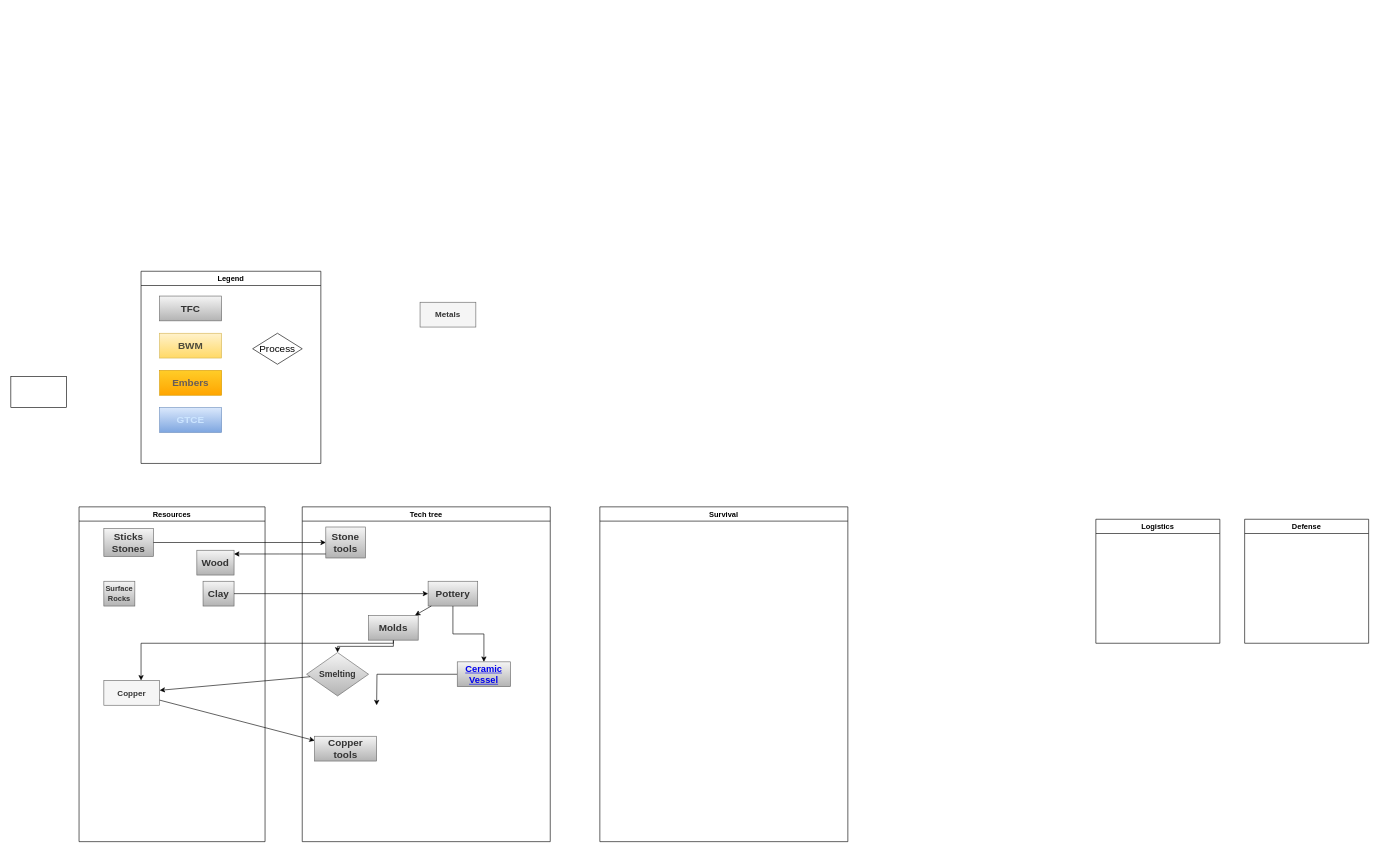
Above: page "Pack Progression Detailed" (2 of 10) of pack_progression.drawio in Lgmrszd/TFC-TNG_BWM_GT-CE (draw.io), before the change. Source tidied: cells renumbered, new cells numbered last; positions are measured from the earlier drawing's top-left corner, leaving out a move shared by most shapes. Both pictures are drawn from the tidied source at 62%, with x=0, y=0 at pixel (11, 271).
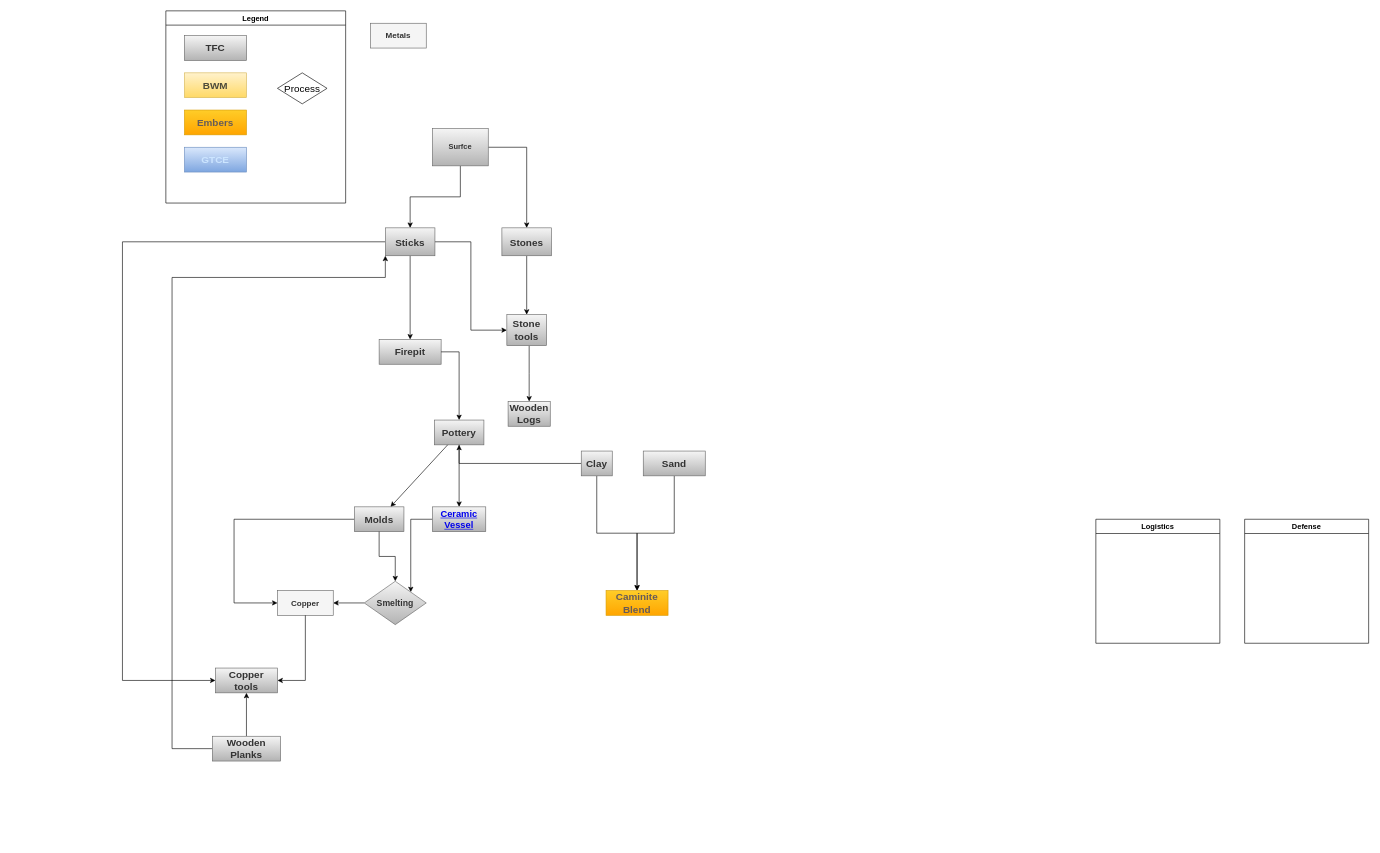
The same page after the edit.

Change to the diagram source:
```diff
@@
-    <mxCell id="4" value="Resources" style="swimlane;rounded=0;sketch=0;" parent="1" vertex="1">
-      <mxGeometry x="110" y="380" width="300" height="540" as="geometry" />
-    </mxCell>
-    <mxCell id="5" value="&lt;span style=&quot;font-size: 16px&quot;&gt;Sticks&lt;br&gt;Stones&lt;br&gt;&lt;/span&gt;" style="rounded=0;whiteSpace=wrap;html=1;fillColor=#f5f5f5;gradientColor=#b3b3b3;strokeColor=#666666;fontStyle=1;fontColor=#333333;" parent="4" vertex="1">
-      <mxGeometry x="40" y="35" width="80" height="45" as="geometry" />
-    </mxCell>
-    <mxCell id="6" value="&lt;font style=&quot;font-size: 16px&quot;&gt;Clay&lt;/font&gt;" style="rounded=0;whiteSpace=wrap;html=1;fillColor=#f5f5f5;gradientColor=#b3b3b3;strokeColor=#666666;fontStyle=1;fontColor=#333333;" parent="4" vertex="1">
-      <mxGeometry x="200" y="120" width="50" height="40" as="geometry" />
-    </mxCell>
-    <mxCell id="7" value="Copper" style="rounded=0;whiteSpace=wrap;html=1;fontSize=13;fontStyle=1;fillColor=#f5f5f5;strokeColor=#666666;fontColor=#333333;" parent="4" vertex="1">
-      <mxGeometry x="40" y="280" width="90" height="40" as="geometry" />
-    </mxCell>
-    <mxCell id="8" value="&lt;font style=&quot;font-size: 16px&quot;&gt;Wood&lt;/font&gt;" style="rounded=0;whiteSpace=wrap;html=1;fillColor=#f5f5f5;gradientColor=#b3b3b3;strokeColor=#666666;fontStyle=1;fontColor=#333333;fontSize=16;" parent="4" vertex="1">
-      <mxGeometry x="190" y="70" width="60" height="40" as="geometry" />
-    </mxCell>
-    <mxCell id="9" value="&lt;font style=&quot;font-size: 12px&quot;&gt;Surface&lt;br&gt;Rocks&lt;br&gt;&lt;/font&gt;" style="rounded=0;whiteSpace=wrap;html=1;fillColor=#f5f5f5;gradientColor=#b3b3b3;strokeColor=#666666;fontStyle=1;fontColor=#333333;" parent="4" vertex="1">
-      <mxGeometry x="40" y="120" width="50" height="40" as="geometry" />
-    </mxCell>
-    <mxCell id="10" value="Survival" style="swimlane;rounded=0;sketch=0;" parent="1" vertex="1">
-      <mxGeometry x="950" y="380" width="400" height="540" as="geometry" />
-    </mxCell>
-    <mxCell id="11" value="Tech tree" style="swimlane;rounded=0;sketch=0;" parent="1" vertex="1">
-      <mxGeometry x="470" y="380" width="400" height="540" as="geometry" />
-    </mxCell>
-    <mxCell id="12" style="edgeStyle=orthogonalEdgeStyle;rounded=0;jettySize=auto;html=1;fontSize=16;" parent="11" edge="1" source="13">
-      <mxGeometry relative="1" as="geometry">
-        <mxPoint x="120" y="320" as="targetPoint" />
-      </mxGeometry>
-    </mxCell>
-    <mxCell id="13" value="&lt;a href=&quot;https://tng.terrafirmacraft.com/Pottery#Ceramic_Vessel&quot; title=&quot;Pottery&quot; style=&quot;font-size: 15px;&quot;&gt;Ceramic Vessel&lt;/a&gt;" style="rounded=0;whiteSpace=wrap;html=1;fillColor=#f5f5f5;gradientColor=#b3b3b3;strokeColor=#666666;fontStyle=1;fontColor=#333333;fontSize=15;" parent="11" vertex="1">
-      <mxGeometry x="250" y="250" width="86" height="40" as="geometry" />
-    </mxCell>
-    <mxCell id="14" value="&lt;span style=&quot;font-size: 14px&quot;&gt;Smelting&lt;/span&gt;" style="rhombus;whiteSpace=wrap;html=1;fontSize=12;rounded=0;fontColor=#333333;fontStyle=1;strokeColor=#666666;fillColor=#f5f5f5;gradientColor=#b3b3b3;" parent="11" vertex="1">
-      <mxGeometry x="7" y="235" width="100" height="70" as="geometry" />
-    </mxCell>
-    <mxCell id="15" value="Copper tools" style="rounded=0;whiteSpace=wrap;html=1;fillColor=#f5f5f5;gradientColor=#b3b3b3;strokeColor=#666666;fontStyle=1;fontColor=#333333;fontSize=16;" parent="11" vertex="1">
-      <mxGeometry x="20" y="370" width="100" height="40" as="geometry" />
-    </mxCell>
-    <mxCell id="16" value="&lt;font style=&quot;font-size: 16px&quot;&gt;Stone tools&lt;/font&gt;" style="rounded=0;whiteSpace=wrap;html=1;fillColor=#f5f5f5;gradientColor=#b3b3b3;strokeColor=#666666;fontStyle=1;fontColor=#333333;" parent="11" vertex="1">
-      <mxGeometry x="38" y="32.5" width="64" height="50" as="geometry" />
-    </mxCell>
-    <mxCell id="17" value="&lt;font style=&quot;font-size: 16px&quot;&gt;Pottery&lt;/font&gt;" style="rounded=0;whiteSpace=wrap;html=1;fillColor=#f5f5f5;gradientColor=#b3b3b3;strokeColor=#666666;fontStyle=1;fontColor=#333333;" parent="11" vertex="1">
-      <mxGeometry x="203" y="120" width="80" height="40" as="geometry" />
-    </mxCell>
-    <mxCell id="18" style="edgeStyle=orthogonalEdgeStyle;rounded=0;jettySize=auto;html=1;fontSize=16;" parent="11" edge="1" source="17" target="13">
-      <mxGeometry relative="1" as="geometry" />
-    </mxCell>
-    <mxCell id="19" style="edgeStyle=elbowEdgeStyle;rounded=0;jettySize=auto;elbow=vertical;html=1;fontSize=16;" parent="11" edge="1" source="20" target="14">
-      <mxGeometry relative="1" as="geometry" />
-    </mxCell>
-    <mxCell id="20" value="&lt;font style=&quot;font-size: 16px&quot;&gt;Molds&lt;/font&gt;" style="rounded=0;whiteSpace=wrap;html=1;fillColor=#f5f5f5;gradientColor=#b3b3b3;strokeColor=#666666;fontStyle=1;fontColor=#333333;" parent="11" vertex="1">
-      <mxGeometry x="107" y="175" width="80" height="40" as="geometry" />
-    </mxCell>
-    <mxCell id="21" style="edgeStyle=none;rounded=0;jettySize=auto;html=1;fontSize=16;" parent="11" edge="1" source="17" target="20">
-      <mxGeometry relative="1" as="geometry" />
-    </mxCell>
     <mxCell id="22" value="Legend" style="swimlane;rounded=0;sketch=0;" parent="1" vertex="1">
-      <mxGeometry x="210" width="290" height="310" as="geometry" />
+      <mxGeometry x="250" y="-420" width="290" height="310" as="geometry" />
     </mxCell>
@@
     <mxCell id="31" value="Metals" style="rounded=0;whiteSpace=wrap;html=1;fontSize=13;fontStyle=1;fillColor=#f5f5f5;strokeColor=#666666;fontColor=#333333;" parent="1" vertex="1">
-      <mxGeometry x="660" y="50" width="90" height="40" as="geometry" />
+      <mxGeometry x="580" y="-400" width="90" height="40" as="geometry" />
     </mxCell>
-    <mxCell id="32" style="rounded=0;jettySize=auto;html=1;fontSize=16;" parent="1" edge="1" source="7" target="15">
-      <mxGeometry relative="1" as="geometry" />
-    </mxCell>
     <mxCell id="33" style="edgeStyle=elbowEdgeStyle;rounded=0;jettySize=auto;html=1;fontSize=16;elbow=vertical;" parent="1" edge="1" source="20" target="7">
       <mxGeometry relative="1" as="geometry">
         <Array as="points">
-          <mxPoint x="210" y="600" />
+          <mxPoint x="360" y="470" />
           <mxPoint x="190" y="575" />
           <mxPoint x="390" y="600" />
         </Array>
       </mxGeometry>
     </mxCell>
     <mxCell id="34" style="edgeStyle=elbowEdgeStyle;rounded=0;jettySize=auto;elbow=vertical;html=1;fontSize=16;" parent="1" edge="1" source="16" target="8">
-      <mxGeometry relative="1" as="geometry" />
+      <mxGeometry relative="1" as="geometry">
+        <Array as="points">
+          <mxPoint x="836" y="165" />
+        </Array>
+      </mxGeometry>
     </mxCell>
-    <mxCell id="35" style="rounded=0;whiteSpace=wrap;html=1;" parent="1" vertex="1">
-      <mxGeometry y="170" width="90" height="50" as="geometry" />
-    </mxCell>
+    <mxCell id="5" value="&lt;span style=&quot;font-size: 16px&quot;&gt;Stones&lt;br&gt;&lt;/span&gt;" style="rounded=0;whiteSpace=wrap;html=1;fillColor=#f5f5f5;gradientColor=#b3b3b3;strokeColor=#666666;fontStyle=1;fontColor=#333333;" parent="1" vertex="1">
+      <mxGeometry x="792" y="-70" width="80" height="45" as="geometry" />
+    </mxCell>
+    <mxCell id="16" value="&lt;font style=&quot;font-size: 16px&quot;&gt;Stone tools&lt;/font&gt;" style="rounded=0;whiteSpace=wrap;html=1;fillColor=#f5f5f5;gradientColor=#b3b3b3;strokeColor=#666666;fontStyle=1;fontColor=#333333;" parent="1" vertex="1">
+      <mxGeometry x="800" y="70" width="64" height="50" as="geometry" />
+    </mxCell>
+    <mxCell id="36" style="edgeStyle=orthogonalEdgeStyle;rounded=0;jettySize=auto;html=1;exitX=0.5;exitY=1;exitDx=0;exitDy=0;entryX=0.5;entryY=0;entryDx=0;entryDy=0;" parent="1" edge="1" source="39" target="42">
+      <mxGeometry relative="1" as="geometry" />
+    </mxCell>
+    <mxCell id="37" style="edgeStyle=orthogonalEdgeStyle;rounded=0;jettySize=auto;html=1;entryX=0;entryY=0.5;entryDx=0;entryDy=0;" parent="1" edge="1" source="39" target="16">
+      <mxGeometry relative="1" as="geometry" />
+    </mxCell>
+    <mxCell id="38" style="edgeStyle=orthogonalEdgeStyle;rounded=0;jettySize=auto;html=1;entryX=0;entryY=0.5;entryDx=0;entryDy=0;" parent="1" edge="1" source="39" target="15">
+      <mxGeometry relative="1" as="geometry">
+        <Array as="points">
+          <mxPoint x="180" y="-47" />
+          <mxPoint x="180" y="660" />
+        </Array>
+      </mxGeometry>
+    </mxCell>
+    <mxCell id="39" value="&lt;span style=&quot;font-size: 16px&quot;&gt;Sticks&lt;br&gt;&lt;/span&gt;" style="rounded=0;whiteSpace=wrap;html=1;fillColor=#f5f5f5;gradientColor=#b3b3b3;strokeColor=#666666;fontStyle=1;fontColor=#333333;" parent="1" vertex="1">
+      <mxGeometry x="604" y="-70" width="80" height="45" as="geometry" />
+    </mxCell>
+    <mxCell id="40" style="edgeStyle=orthogonalEdgeStyle;rounded=0;jettySize=auto;html=1;" parent="1" edge="1" source="9" target="5">
+      <mxGeometry relative="1" as="geometry" />
+    </mxCell>
+    <mxCell id="41" style="edgeStyle=orthogonalEdgeStyle;rounded=0;jettySize=auto;html=1;entryX=0.5;entryY=0;entryDx=0;entryDy=0;" parent="1" edge="1" source="9" target="39">
+      <mxGeometry relative="1" as="geometry" />
+    </mxCell>
+    <mxCell id="9" value="&lt;font style=&quot;font-size: 12px&quot;&gt;Surfce&lt;br&gt;&lt;/font&gt;" style="rounded=0;whiteSpace=wrap;html=1;fillColor=#f5f5f5;gradientColor=#b3b3b3;strokeColor=#666666;fontStyle=1;fontColor=#333333;" parent="1" vertex="1">
+      <mxGeometry x="680" y="-230" width="90" height="60" as="geometry" />
+    </mxCell>
+    <mxCell id="8" value="&lt;font style=&quot;font-size: 16px&quot;&gt;Wooden Logs&lt;/font&gt;" style="rounded=0;whiteSpace=wrap;html=1;fillColor=#f5f5f5;gradientColor=#b3b3b3;strokeColor=#666666;fontStyle=1;fontColor=#333333;fontSize=16;" parent="1" vertex="1">
+      <mxGeometry x="802" y="210" width="68" height="40" as="geometry" />
+    </mxCell>
+    <mxCell id="42" value="&lt;font style=&quot;font-size: 16px&quot;&gt;Firepit&lt;/font&gt;" style="rounded=0;whiteSpace=wrap;html=1;fillColor=#f5f5f5;gradientColor=#b3b3b3;strokeColor=#666666;fontStyle=1;fontColor=#333333;fontSize=16;" parent="1" vertex="1">
+      <mxGeometry x="594" y="110" width="100" height="40" as="geometry" />
+    </mxCell>
+    <mxCell id="43" style="edgeStyle=orthogonalEdgeStyle;rounded=0;jettySize=auto;html=1;exitX=1;exitY=0.5;exitDx=0;exitDy=0;" parent="1" edge="1" source="42" target="17">
+      <mxGeometry relative="1" as="geometry" />
+    </mxCell>
+    <mxCell id="17" value="&lt;font style=&quot;font-size: 16px&quot;&gt;Pottery&lt;/font&gt;" style="rounded=0;whiteSpace=wrap;html=1;fillColor=#f5f5f5;gradientColor=#b3b3b3;strokeColor=#666666;fontStyle=1;fontColor=#333333;" parent="1" vertex="1">
+      <mxGeometry x="683" y="240" width="80" height="40" as="geometry" />
+    </mxCell>
+    <mxCell id="18" style="edgeStyle=orthogonalEdgeStyle;rounded=0;jettySize=auto;html=1;fontSize=16;" parent="1" edge="1" source="17" target="13">
+      <mxGeometry relative="1" as="geometry" />
+    </mxCell>
+    <mxCell id="21" style="edgeStyle=none;rounded=0;jettySize=auto;html=1;fontSize=16;" parent="1" edge="1" source="17" target="20">
+      <mxGeometry relative="1" as="geometry" />
+    </mxCell>
+    <mxCell id="20" value="&lt;font style=&quot;font-size: 16px&quot;&gt;Molds&lt;/font&gt;" style="rounded=0;whiteSpace=wrap;html=1;fillColor=#f5f5f5;gradientColor=#b3b3b3;strokeColor=#666666;fontStyle=1;fontColor=#333333;" parent="1" vertex="1">
+      <mxGeometry x="554" y="380" width="80" height="40" as="geometry" />
+    </mxCell>
+    <mxCell id="19" style="edgeStyle=elbowEdgeStyle;rounded=0;jettySize=auto;elbow=vertical;html=1;fontSize=16;" parent="1" edge="1" source="20" target="14">
+      <mxGeometry relative="1" as="geometry" />
+    </mxCell>
+    <mxCell id="44" style="edgeStyle=orthogonalEdgeStyle;rounded=0;jettySize=auto;html=1;entryX=0.5;entryY=0;entryDx=0;entryDy=0;" parent="1" edge="1" source="6" target="51">
+      <mxGeometry relative="1" as="geometry" />
+    </mxCell>
+    <mxCell id="6" value="&lt;font style=&quot;font-size: 16px&quot;&gt;Clay&lt;/font&gt;" style="rounded=0;whiteSpace=wrap;html=1;fillColor=#f5f5f5;gradientColor=#b3b3b3;strokeColor=#666666;fontStyle=1;fontColor=#333333;" parent="1" vertex="1">
+      <mxGeometry x="920" y="290" width="50" height="40" as="geometry" />
+    </mxCell>
+    <mxCell id="45" style="edgeStyle=orthogonalEdgeStyle;rounded=0;jettySize=auto;html=1;entryX=1;entryY=0;entryDx=0;entryDy=0;" parent="1" edge="1" source="13" target="14">
+      <mxGeometry relative="1" as="geometry" />
+    </mxCell>
+    <mxCell id="13" value="&lt;a href=&quot;https://tng.terrafirmacraft.com/Pottery#Ceramic_Vessel&quot; title=&quot;Pottery&quot; style=&quot;font-size: 15px;&quot;&gt;Ceramic Vessel&lt;/a&gt;" style="rounded=0;whiteSpace=wrap;html=1;fillColor=#f5f5f5;gradientColor=#b3b3b3;strokeColor=#666666;fontStyle=1;fontColor=#333333;fontSize=15;" parent="1" vertex="1">
+      <mxGeometry x="680" y="380" width="86" height="40" as="geometry" />
+    </mxCell>
+    <mxCell id="14" value="&lt;span style=&quot;font-size: 14px&quot;&gt;Smelting&lt;/span&gt;" style="rhombus;whiteSpace=wrap;html=1;fontSize=12;rounded=0;fontColor=#333333;fontStyle=1;strokeColor=#666666;fillColor=#f5f5f5;gradientColor=#b3b3b3;" parent="1" vertex="1">
+      <mxGeometry x="570" y="500" width="100" height="70" as="geometry" />
+    </mxCell>
+    <mxCell id="7" value="Copper" style="rounded=0;whiteSpace=wrap;html=1;fontSize=13;fontStyle=1;fillColor=#f5f5f5;strokeColor=#666666;fontColor=#333333;" parent="1" vertex="1">
+      <mxGeometry x="430" y="515" width="90" height="40" as="geometry" />
+    </mxCell>
+    <mxCell id="32" style="rounded=0;jettySize=auto;html=1;fontSize=16;" parent="1" edge="1" source="7" target="15">
+      <mxGeometry relative="1" as="geometry">
+        <Array as="points">
+          <mxPoint x="475" y="660" />
+        </Array>
+      </mxGeometry>
+    </mxCell>
+    <mxCell id="15" value="Copper tools" style="rounded=0;whiteSpace=wrap;html=1;fillColor=#f5f5f5;gradientColor=#b3b3b3;strokeColor=#666666;fontStyle=1;fontColor=#333333;fontSize=16;" parent="1" vertex="1">
+      <mxGeometry x="330" y="640" width="100" height="40" as="geometry" />
+    </mxCell>
+    <mxCell id="46" style="edgeStyle=orthogonalEdgeStyle;rounded=0;jettySize=auto;html=1;entryX=0.5;entryY=1;entryDx=0;entryDy=0;" parent="1" edge="1" source="48" target="15">
+      <mxGeometry relative="1" as="geometry" />
+    </mxCell>
+    <mxCell id="47" style="edgeStyle=orthogonalEdgeStyle;rounded=0;jettySize=auto;html=1;entryX=0;entryY=1;entryDx=0;entryDy=0;" parent="1" edge="1" source="48" target="39">
+      <mxGeometry relative="1" as="geometry">
+        <Array as="points">
+          <mxPoint x="260" y="770" />
+          <mxPoint x="260" y="10" />
+          <mxPoint x="604" y="10" />
+        </Array>
+      </mxGeometry>
+    </mxCell>
+    <mxCell id="48" value="&lt;font style=&quot;font-size: 16px&quot;&gt;Wooden Planks&lt;/font&gt;" style="rounded=0;whiteSpace=wrap;html=1;fillColor=#f5f5f5;gradientColor=#b3b3b3;strokeColor=#666666;fontStyle=1;fontColor=#333333;fontSize=16;" parent="1" vertex="1">
+      <mxGeometry x="325" y="750" width="110" height="40" as="geometry" />
+    </mxCell>
+    <mxCell id="49" style="edgeStyle=orthogonalEdgeStyle;rounded=0;jettySize=auto;html=1;entryX=0.5;entryY=0;entryDx=0;entryDy=0;" parent="1" edge="1" source="50" target="51">
+      <mxGeometry relative="1" as="geometry" />
+    </mxCell>
+    <mxCell id="50" value="&lt;font style=&quot;font-size: 16px&quot;&gt;Sand&lt;/font&gt;" style="rounded=0;whiteSpace=wrap;html=1;fillColor=#f5f5f5;gradientColor=#b3b3b3;strokeColor=#666666;fontStyle=1;fontColor=#333333;fontSize=16;" parent="1" vertex="1">
+      <mxGeometry x="1020" y="290" width="100" height="40" as="geometry" />
+    </mxCell>
+    <mxCell id="51" value="&lt;font style=&quot;font-size: 16px&quot; color=&quot;#665b59&quot;&gt;Caminite Blend&lt;/font&gt;" style="rounded=0;whiteSpace=wrap;html=1;fillColor=#ffcd28;strokeColor=#d79b00;fontStyle=1;fontSize=16;gradientColor=#ffa500;" parent="1" vertex="1">
+      <mxGeometry x="960" y="515" width="100" height="40" as="geometry" />
+    </mxCell>
```
